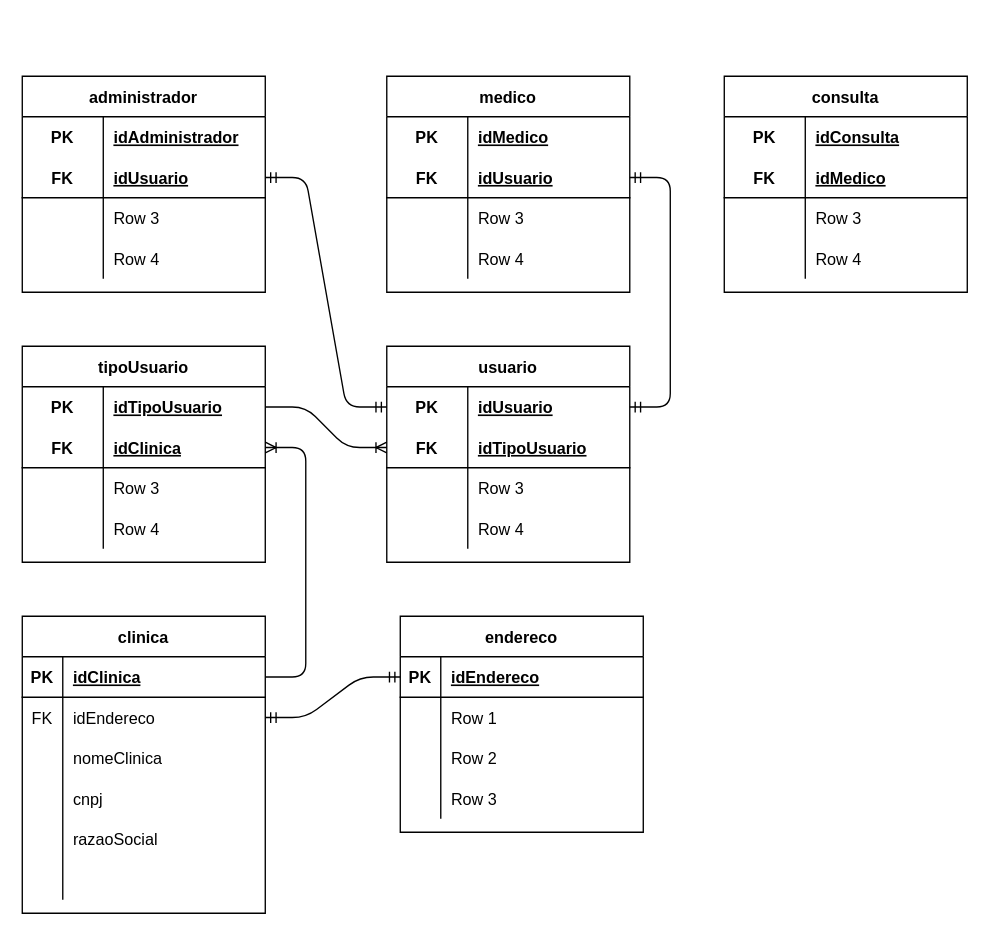
Above: page "lógico" (2 of 2) of banco de dados/modelagem/modelo conceitual/spmedical-group.drawio in luizfelipeveracruz/projeto-SPMedical-group (draw.io), before the change. Source tidied: cells renumbered, new cells numbered last; positions are measured from the earlier drawing's top-left corner, leaving out a move shared by most shapes. Both pictures are drawn from the tidied source at 135%, with x=0, y=0 at pixel (22, 76).
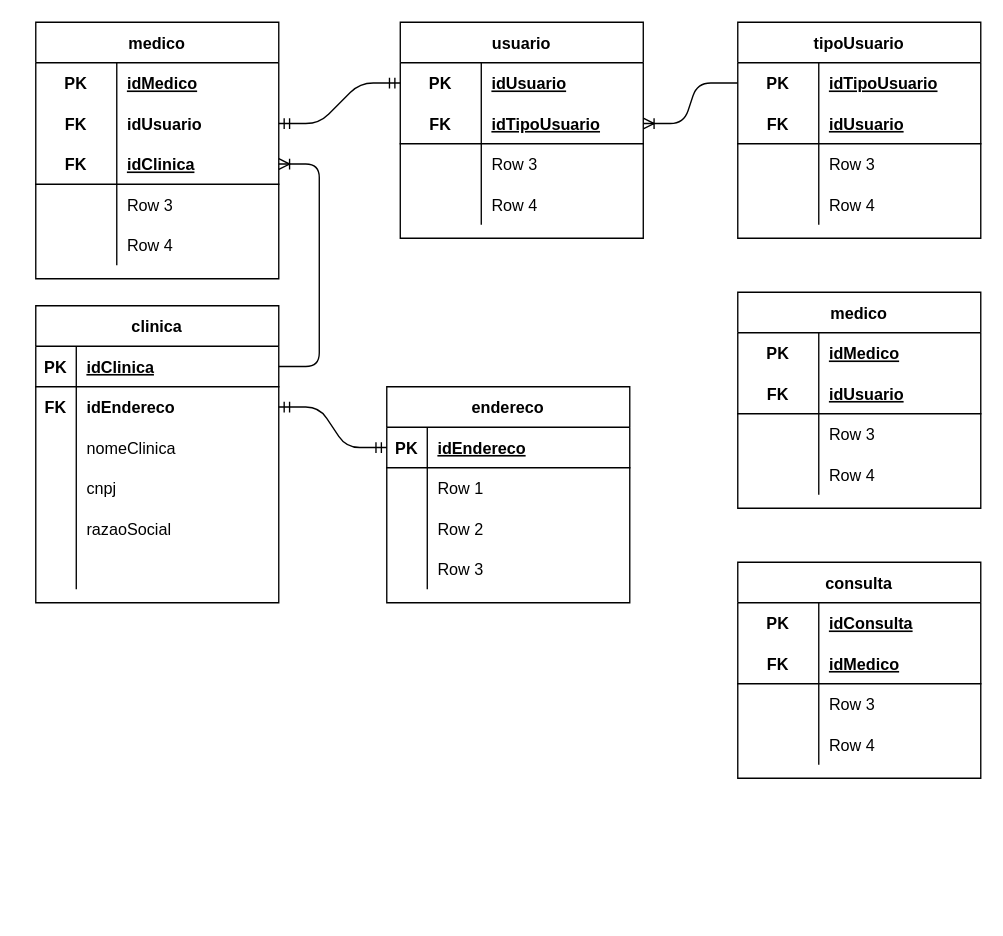
The same diagram, later.

The change refers to these unchanged cells:
```xml
<mxCell id="36" style="shape=partialRectangle;fillColor=none;top=0;left=0;bottom=0;right=0;points=[[0,0.5],[1,0.5]];portConstraint=eastwest;" parent="35" vertex="1">
  <mxGeometry y="30" width="180" height="30" as="geometry" />
</mxCell>
<mxCell id="50" style="shape=partialRectangle;fillColor=none;top=0;left=0;bottom=0;right=0;points=[[0,0.5],[1,0.5]];portConstraint=eastwest;" parent="49" vertex="1">
  <mxGeometry y="30" width="180" height="30" as="geometry" />
</mxCell>
<mxCell id="53" style="shape=partialRectangle;fillColor=none;top=0;left=0;bottom=1;right=0;points=[[0,0.5],[1,0.5]];portConstraint=eastwest;" parent="49" vertex="1">
  <mxGeometry y="60" width="180" height="30" as="geometry" />
</mxCell>
<mxCell id="80" style="shape=partialRectangle;fillColor=none;top=0;left=0;bottom=1;right=0;points=[[0,0.5],[1,0.5]];portConstraint=eastwest;" parent="76" vertex="1">
  <mxGeometry y="60" width="180" height="30" as="geometry" />
</mxCell>
```

The edit, as a diff of the source:
```diff
@@
     <mxCell id="2" value="clinica" style="shape=table;startSize=30;childLayout=tableLayout;rowLines=0;fontStyle=1;align=center;" parent="1" vertex="1">
-      <mxGeometry y="400" width="180" height="220" as="geometry" />
+      <mxGeometry x="10" y="170" width="180" height="220" as="geometry" />
     </mxCell>
@@
-    <mxCell id="6" style="shape=partialRectangle;fillColor=none;top=0;left=0;bottom=0;right=0;points=[[0,0.5],[1,0.5]];portConstraint=eastwest;" parent="2" vertex="1">
+    <mxCell id="6" style="shape=partialRectangle;fillColor=none;top=0;left=0;bottom=0;right=0;points=[[0,0.5],[1,0.5]];portConstraint=eastwest;fontStyle=1;" parent="2" vertex="1">
       <mxGeometry y="60" width="180" height="30" as="geometry" />
     </mxCell>
-    <mxCell id="7" value="FK" style="shape=partialRectangle;fillColor=none;top=0;left=0;bottom=0;right=0;fontStyle=0;overflow=hidden;" parent="6" vertex="1">
+    <mxCell id="7" value="FK" style="shape=partialRectangle;fillColor=none;top=0;left=0;bottom=0;right=0;fontStyle=1;overflow=hidden;" parent="6" vertex="1">
       <mxGeometry width="30" height="30" as="geometry" />
     </mxCell>
-    <mxCell id="8" value="idEndereco" style="shape=partialRectangle;fillColor=none;top=0;left=0;bottom=0;right=0;align=left;spacingLeft=6;fontStyle=0;overflow=hidden;" parent="6" vertex="1">
+    <mxCell id="8" value="idEndereco" style="shape=partialRectangle;fillColor=none;top=0;left=0;bottom=0;right=0;align=left;spacingLeft=6;fontStyle=1;overflow=hidden;" parent="6" vertex="1">
       <mxGeometry x="30" width="150" height="30" as="geometry" />
     </mxCell>
@@
     <mxCell id="21" value="endereco" style="shape=table;startSize=30;childLayout=tableLayout;rowLines=0;fontStyle=1;align=center;" parent="1" vertex="1">
-      <mxGeometry x="280" y="400" width="180" height="160" as="geometry" />
+      <mxGeometry x="270" y="230" width="180" height="160" as="geometry" />
     </mxCell>
@@
-    <mxCell id="35" value="tipoUsuario" style="shape=table;startSize=30;childLayout=tableLayout;rowLines=0;fontStyle=1;align=center;" parent="1" vertex="1">
-      <mxGeometry y="200" width="180" height="160" as="geometry" />
+    <mxCell id="35" value="medico" style="shape=table;startSize=30;childLayout=tableLayout;rowLines=0;fontStyle=1;align=center;" parent="1" vertex="1">
+      <mxGeometry x="10" y="-40" width="180" height="190" as="geometry" />
     </mxCell>
@@
-    <mxCell id="38" value="idTipoUsuario" style="shape=partialRectangle;fillColor=none;top=0;left=0;bottom=0;right=0;align=left;spacingLeft=6;fontStyle=5;overflow=hidden;" parent="36" vertex="1">
+    <mxCell id="38" value="idMedico" style="shape=partialRectangle;fillColor=none;top=0;left=0;bottom=0;right=0;align=left;spacingLeft=6;fontStyle=5;overflow=hidden;" parent="36" vertex="1">
       <mxGeometry x="60" width="120" height="30" as="geometry" />
     </mxCell>
+    <mxCell id="104" style="shape=partialRectangle;fillColor=none;top=0;left=0;bottom=0;right=0;points=[[0,0.5],[1,0.5]];portConstraint=eastwest;fontStyle=1;" parent="35" vertex="1">
+      <mxGeometry y="60" width="180" height="30" as="geometry" />
+    </mxCell>
+    <mxCell id="105" value="FK" style="shape=partialRectangle;fillColor=none;top=0;left=0;bottom=0;right=0;fontStyle=1;overflow=hidden;" parent="104" vertex="1">
+      <mxGeometry width="60" height="30" as="geometry" />
+    </mxCell>
+    <mxCell id="106" value="idUsuario" style="shape=partialRectangle;fillColor=none;top=0;left=0;bottom=0;right=0;align=left;spacingLeft=6;fontStyle=1;overflow=hidden;" parent="104" vertex="1">
+      <mxGeometry x="60" width="120" height="30" as="geometry" />
+    </mxCell>
     <mxCell id="39" style="shape=partialRectangle;fillColor=none;top=0;left=0;bottom=1;right=0;points=[[0,0.5],[1,0.5]];portConstraint=eastwest;" parent="35" vertex="1">
-      <mxGeometry y="60" width="180" height="30" as="geometry" />
+      <mxGeometry y="90" width="180" height="30" as="geometry" />
     </mxCell>
@@
     <mxCell id="42" style="shape=partialRectangle;fillColor=none;top=0;left=0;bottom=0;right=0;" parent="35" vertex="1">
-      <mxGeometry y="90" width="180" height="30" as="geometry" />
+      <mxGeometry y="120" width="180" height="30" as="geometry" />
     </mxCell>
@@
     <mxCell id="45" style="shape=partialRectangle;fillColor=none;top=0;left=0;bottom=0;right=0;" parent="35" vertex="1">
-      <mxGeometry y="120" width="180" height="30" as="geometry" />
+      <mxGeometry y="150" width="180" height="30" as="geometry" />
     </mxCell>
@@
     <mxCell id="49" value="usuario" style="shape=table;startSize=30;childLayout=tableLayout;rowLines=0;fontStyle=1;align=center;" parent="1" vertex="1">
-      <mxGeometry x="270" y="200" width="180" height="160" as="geometry" />
+      <mxGeometry x="280" y="-40" width="180" height="160" as="geometry" />
     </mxCell>
@@
-    <mxCell id="62" style="edgeStyle=entityRelationEdgeStyle;fontSize=12;html=1;endArrow=ERoneToMany;" parent="1" edge="1" source="36" target="53">
-      <mxGeometry relative="1" as="geometry" />
-    </mxCell>
-    <mxCell id="63" value="administrador" style="shape=table;startSize=30;childLayout=tableLayout;rowLines=0;fontStyle=1;align=center;" parent="1" vertex="1">
-      <mxGeometry width="180" height="160" as="geometry" />
-    </mxCell>
-    <mxCell id="64" style="shape=partialRectangle;fillColor=none;top=0;left=0;bottom=0;right=0;points=[[0,0.5],[1,0.5]];portConstraint=eastwest;" parent="63" vertex="1">
-      <mxGeometry y="30" width="180" height="30" as="geometry" />
-    </mxCell>
-    <mxCell id="65" value="PK" style="shape=partialRectangle;fillColor=none;top=0;left=0;bottom=0;right=0;fontStyle=1;overflow=hidden;" parent="64" vertex="1">
-      <mxGeometry width="60" height="30" as="geometry" />
-    </mxCell>
-    <mxCell id="66" value="idAdministrador" style="shape=partialRectangle;fillColor=none;top=0;left=0;bottom=0;right=0;align=left;spacingLeft=6;fontStyle=5;overflow=hidden;" parent="64" vertex="1">
-      <mxGeometry x="60" width="120" height="30" as="geometry" />
-    </mxCell>
-    <mxCell id="67" style="shape=partialRectangle;fillColor=none;top=0;left=0;bottom=1;right=0;points=[[0,0.5],[1,0.5]];portConstraint=eastwest;" parent="63" vertex="1">
-      <mxGeometry y="60" width="180" height="30" as="geometry" />
-    </mxCell>
-    <mxCell id="68" value="FK" style="shape=partialRectangle;fillColor=none;top=0;left=0;bottom=0;right=0;fontStyle=1;overflow=hidden;" parent="67" vertex="1">
-      <mxGeometry width="60" height="30" as="geometry" />
-    </mxCell>
-    <mxCell id="69" value="idUsuario" style="shape=partialRectangle;fillColor=none;top=0;left=0;bottom=0;right=0;align=left;spacingLeft=6;fontStyle=5;overflow=hidden;" parent="67" vertex="1">
-      <mxGeometry x="60" width="120" height="30" as="geometry" />
-    </mxCell>
-    <mxCell id="70" style="shape=partialRectangle;fillColor=none;top=0;left=0;bottom=0;right=0;" parent="63" vertex="1">
-      <mxGeometry y="90" width="180" height="30" as="geometry" />
-    </mxCell>
-    <mxCell id="71" style="shape=partialRectangle;fillColor=none;top=0;left=0;bottom=0;right=0;overflow=hidden;" parent="70" vertex="1">
-      <mxGeometry width="60" height="30" as="geometry" />
-    </mxCell>
-    <mxCell id="72" value="Row 3" style="shape=partialRectangle;fillColor=none;top=0;left=0;bottom=0;right=0;align=left;spacingLeft=6;overflow=hidden;" parent="70" vertex="1">
-      <mxGeometry x="60" width="120" height="30" as="geometry" />
-    </mxCell>
-    <mxCell id="73" style="shape=partialRectangle;fillColor=none;top=0;left=0;bottom=0;right=0;" parent="63" vertex="1">
-      <mxGeometry y="120" width="180" height="30" as="geometry" />
-    </mxCell>
-    <mxCell id="74" style="shape=partialRectangle;fillColor=none;top=0;left=0;bottom=0;right=0;overflow=hidden;" parent="73" vertex="1">
-      <mxGeometry width="60" height="30" as="geometry" />
-    </mxCell>
-    <mxCell id="75" value="Row 4" style="shape=partialRectangle;fillColor=none;top=0;left=0;bottom=0;right=0;align=left;spacingLeft=6;overflow=hidden;" parent="73" vertex="1">
-      <mxGeometry x="60" width="120" height="30" as="geometry" />
-    </mxCell>
     <mxCell id="76" value="medico" style="shape=table;startSize=30;childLayout=tableLayout;rowLines=0;fontStyle=1;align=center;" parent="1" vertex="1">
-      <mxGeometry x="270" width="180" height="160" as="geometry" />
+      <mxGeometry x="530" y="160" width="180" height="160" as="geometry" />
     </mxCell>
@@
-    <mxCell id="89" style="edgeStyle=entityRelationEdgeStyle;fontSize=12;html=1;endArrow=ERmandOne;startArrow=ERmandOne;" parent="1" edge="1" source="67" target="50">
-      <mxGeometry relative="1" as="geometry" />
-    </mxCell>
-    <mxCell id="90" style="edgeStyle=entityRelationEdgeStyle;fontSize=12;html=1;endArrow=ERmandOne;startArrow=ERmandOne;" parent="1" edge="1" source="50" target="80">
-      <mxGeometry relative="1" as="geometry" />
-    </mxCell>
     <mxCell id="91" value="consulta" style="shape=table;startSize=30;childLayout=tableLayout;rowLines=0;fontStyle=1;align=center;" parent="1" vertex="1">
-      <mxGeometry x="520" width="180" height="160" as="geometry" />
+      <mxGeometry x="530" y="360" width="180" height="160" as="geometry" />
     </mxCell>
@@
+    <mxCell id="107" value="tipoUsuario" style="shape=table;startSize=30;childLayout=tableLayout;rowLines=0;fontStyle=1;align=center;" parent="1" vertex="1">
+      <mxGeometry x="530" y="-40" width="180" height="160" as="geometry" />
+    </mxCell>
+    <mxCell id="64" style="shape=partialRectangle;fillColor=none;top=0;left=0;bottom=0;right=0;points=[[0,0.5],[1,0.5]];portConstraint=eastwest;" parent="107" vertex="1">
+      <mxGeometry y="30" width="180" height="30" as="geometry" />
+    </mxCell>
+    <mxCell id="65" value="PK" style="shape=partialRectangle;fillColor=none;top=0;left=0;bottom=0;right=0;fontStyle=1;overflow=hidden;" parent="64" vertex="1">
+      <mxGeometry width="60" height="30" as="geometry" />
+    </mxCell>
+    <mxCell id="108" value="idTipoUsuario" style="shape=partialRectangle;fillColor=none;top=0;left=0;bottom=0;right=0;align=left;spacingLeft=6;fontStyle=5;overflow=hidden;" parent="64" vertex="1">
+      <mxGeometry x="60" width="120" height="30" as="geometry" />
+    </mxCell>
+    <mxCell id="67" style="shape=partialRectangle;fillColor=none;top=0;left=0;bottom=1;right=0;points=[[0,0.5],[1,0.5]];portConstraint=eastwest;" parent="107" vertex="1">
+      <mxGeometry y="60" width="180" height="30" as="geometry" />
+    </mxCell>
+    <mxCell id="109" value="FK" style="shape=partialRectangle;fillColor=none;top=0;left=0;bottom=0;right=0;fontStyle=1;overflow=hidden;" parent="67" vertex="1">
+      <mxGeometry width="60" height="30" as="geometry" />
+    </mxCell>
+    <mxCell id="69" value="idUsuario" style="shape=partialRectangle;fillColor=none;top=0;left=0;bottom=0;right=0;align=left;spacingLeft=6;fontStyle=5;overflow=hidden;" parent="67" vertex="1">
+      <mxGeometry x="60" width="120" height="30" as="geometry" />
+    </mxCell>
+    <mxCell id="70" style="shape=partialRectangle;fillColor=none;top=0;left=0;bottom=0;right=0;" parent="107" vertex="1">
+      <mxGeometry y="90" width="180" height="30" as="geometry" />
+    </mxCell>
+    <mxCell id="110" style="shape=partialRectangle;fillColor=none;top=0;left=0;bottom=0;right=0;overflow=hidden;" parent="70" vertex="1">
+      <mxGeometry width="60" height="30" as="geometry" />
+    </mxCell>
+    <mxCell id="72" value="Row 3" style="shape=partialRectangle;fillColor=none;top=0;left=0;bottom=0;right=0;align=left;spacingLeft=6;overflow=hidden;" parent="70" vertex="1">
+      <mxGeometry x="60" width="120" height="30" as="geometry" />
+    </mxCell>
+    <mxCell id="73" style="shape=partialRectangle;fillColor=none;top=0;left=0;bottom=0;right=0;" parent="107" vertex="1">
+      <mxGeometry y="120" width="180" height="30" as="geometry" />
+    </mxCell>
+    <mxCell id="111" style="shape=partialRectangle;fillColor=none;top=0;left=0;bottom=0;right=0;overflow=hidden;" parent="73" vertex="1">
+      <mxGeometry width="60" height="30" as="geometry" />
+    </mxCell>
+    <mxCell id="75" value="Row 4" style="shape=partialRectangle;fillColor=none;top=0;left=0;bottom=0;right=0;align=left;spacingLeft=6;overflow=hidden;" parent="73" vertex="1">
+      <mxGeometry x="60" width="120" height="30" as="geometry" />
+    </mxCell>
+    <mxCell id="112" style="edgeStyle=entityRelationEdgeStyle;fontSize=12;html=1;endArrow=ERoneToMany;exitX=0;exitY=0.5;exitDx=0;exitDy=0;entryX=1;entryY=0.5;entryDx=0;entryDy=0;" parent="1" edge="1" source="64" target="53">
+      <mxGeometry relative="1" as="geometry" />
+    </mxCell>
+    <mxCell id="113" style="edgeStyle=entityRelationEdgeStyle;fontSize=12;html=1;endArrow=ERmandOne;startArrow=ERmandOne;" parent="1" edge="1" source="104" target="50">
+      <mxGeometry relative="1" as="geometry" />
+    </mxCell>
```
